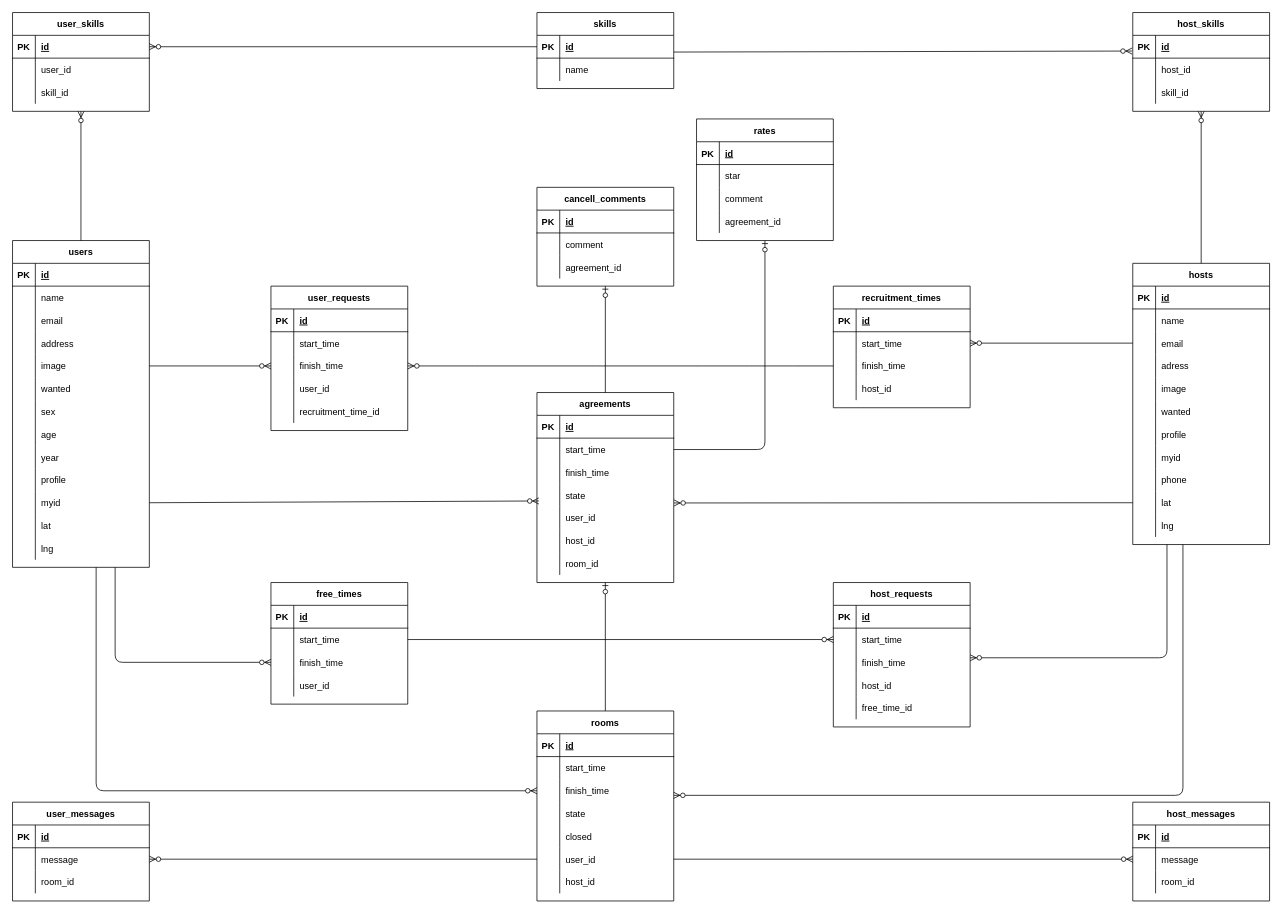
Before: ER.drawio in Sato1994/nurse_app, a draw.io diagram. Source tidied: cells renumbered, new cells numbered last; positions are measured from the earlier drawing's top-left corner, leaving out a move shared by most shapes. Both pictures are drawn from the tidied source at 76%, with x=0, y=0 at pixel (12, 12).
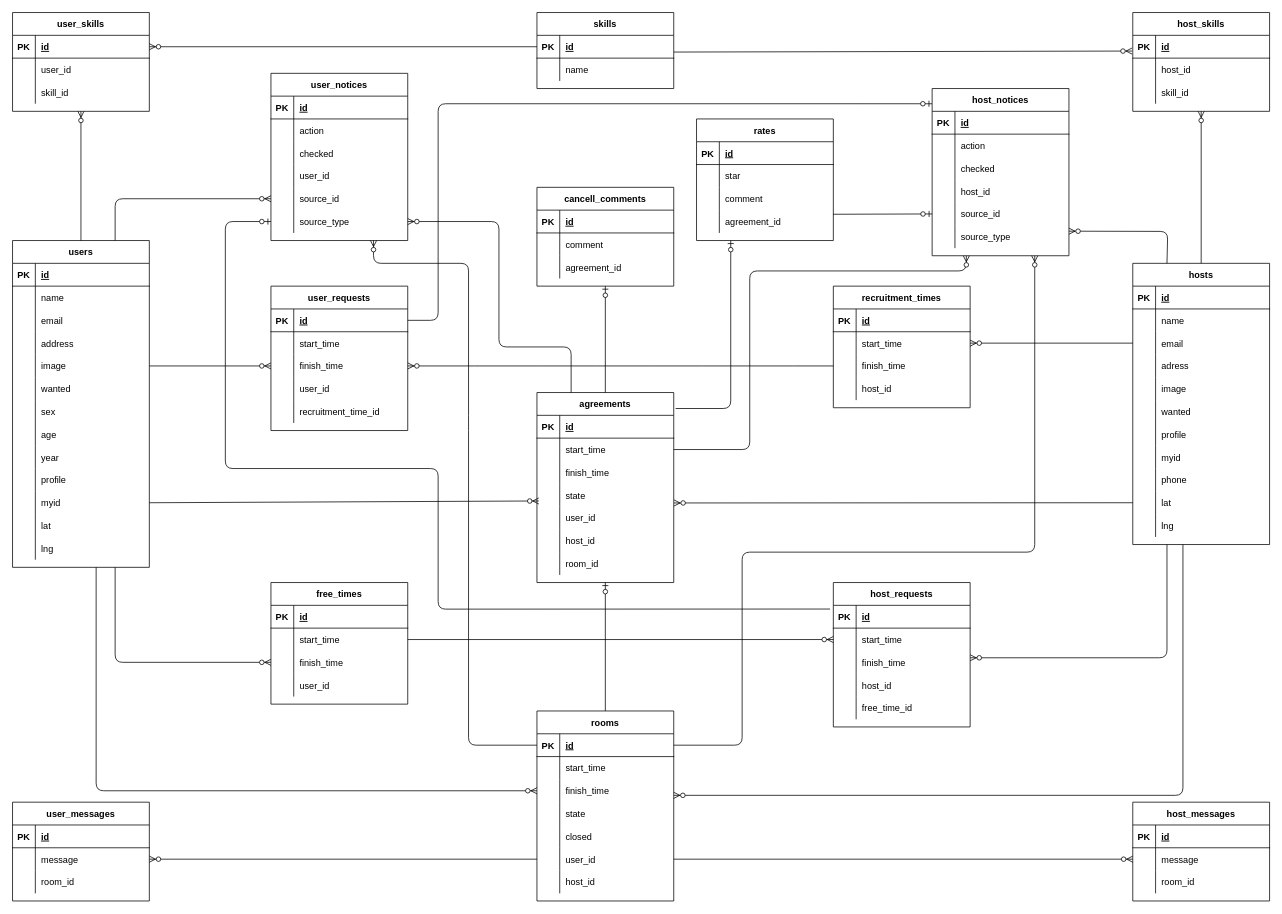
The same diagram, later.

The change refers to these unchanged cells:
```xml
<mxCell id="16" style="shape=partialRectangle;fillColor=none;top=0;left=0;bottom=1;right=0;points=[[0,0.5],[1,0.5]];portConstraint=eastwest;rounded=0;" parent="15" vertex="1">
  <mxGeometry y="30" width="180" height="30" as="geometry" />
</mxCell>
<mxCell id="38" value="agreements" style="shape=table;startSize=30;childLayout=tableLayout;rowLines=0;fontStyle=1;align=center;rounded=0;" parent="1" vertex="1">
  <mxGeometry x="690" y="500" width="180" height="250" as="geometry" />
</mxCell>
<mxCell id="42" style="shape=partialRectangle;fillColor=none;top=0;left=0;bottom=0;right=0;points=[[0,0.5],[1,0.5]];portConstraint=eastwest;rounded=0;" parent="38" vertex="1">
  <mxGeometry y="60" width="180" height="30" as="geometry" />
</mxCell>
<mxCell id="94" style="shape=partialRectangle;fillColor=none;top=0;left=0;bottom=1;right=0;points=[[0,0.5],[1,0.5]];portConstraint=eastwest;rounded=0;" parent="93" vertex="1">
  <mxGeometry y="30" width="180" height="30" as="geometry" />
</mxCell>
<mxCell id="110" style="shape=partialRectangle;fillColor=none;top=0;left=0;bottom=1;right=0;points=[[0,0.5],[1,0.5]];portConstraint=eastwest;rounded=0;" parent="109" vertex="1">
  <mxGeometry y="30" width="180" height="30" as="geometry" />
</mxCell>
<mxCell id="141" value="hosts" style="shape=table;startSize=30;childLayout=tableLayout;rowLines=0;fontStyle=1;align=center;rounded=0;" parent="1" vertex="1">
  <mxGeometry x="1474" y="330" width="180" height="370" as="geometry" />
</mxCell>
<mxCell id="195" value="users" style="shape=table;startSize=30;childLayout=tableLayout;rowLines=0;fontStyle=1;align=center;rounded=0;" parent="1" vertex="1">
  <mxGeometry y="300" width="180" height="430" as="geometry" />
</mxCell>
<mxCell id="253" value="rates" style="shape=table;startSize=30;childLayout=tableLayout;rowLines=0;fontStyle=1;align=center;rounded=0;" parent="1" vertex="1">
  <mxGeometry x="900" y="140" width="180" height="160" as="geometry" />
</mxCell>
<mxCell id="263" style="shape=partialRectangle;fillColor=none;top=0;left=0;bottom=0;right=0;points=[[0,0.5],[1,0.5]];portConstraint=eastwest;rounded=0;" parent="253" vertex="1">
  <mxGeometry y="120" width="180" height="30" as="geometry" />
</mxCell>
```

Diff of the diagram source:
```diff
@@
-    <mxCell id="266" style="fontSize=12;html=1;endArrow=ERzeroToOne;endFill=1;exitX=1;exitY=0.5;exitDx=0;exitDy=0;entryX=0.5;entryY=1;entryDx=0;entryDy=0;" parent="1" edge="1" source="42" target="253">
+    <mxCell id="266" style="fontSize=12;html=1;endArrow=ERzeroToOne;endFill=1;exitX=1.014;exitY=0.084;exitDx=0;exitDy=0;exitPerimeter=0;entryX=0.25;entryY=1;entryDx=0;entryDy=0;" parent="1" edge="1" source="38" target="253">
       <mxGeometry relative="1" as="geometry">
         <Array as="points">
-          <mxPoint x="990" y="575" />
+          <mxPoint x="945" y="521" />
         </Array>
       </mxGeometry>
     </mxCell>
+    <mxCell id="267" value="host_notices" style="shape=table;startSize=30;childLayout=tableLayout;rowLines=0;fontStyle=1;align=center;rounded=0;" parent="1" vertex="1">
+      <mxGeometry x="1210" y="100" width="180" height="220" as="geometry" />
+    </mxCell>
+    <mxCell id="268" style="shape=partialRectangle;fillColor=none;top=0;left=0;bottom=1;right=0;rounded=0;" parent="267" vertex="1">
+      <mxGeometry y="30" width="180" height="30" as="geometry" />
+    </mxCell>
+    <mxCell id="269" value="PK" style="shape=partialRectangle;fillColor=none;top=0;left=0;bottom=0;right=0;fontStyle=1;overflow=hidden;rounded=0;" parent="268" vertex="1">
+      <mxGeometry width="30" height="30" as="geometry" />
+    </mxCell>
+    <mxCell id="270" value="id" style="shape=partialRectangle;fillColor=none;top=0;left=0;bottom=0;right=0;align=left;spacingLeft=6;fontStyle=5;overflow=hidden;rounded=0;" parent="268" vertex="1">
+      <mxGeometry x="30" width="150" height="30" as="geometry" />
+    </mxCell>
+    <mxCell id="271" style="shape=partialRectangle;fillColor=none;top=0;left=0;bottom=0;right=0;rounded=0;" parent="267" vertex="1">
+      <mxGeometry y="60" width="180" height="30" as="geometry" />
+    </mxCell>
+    <mxCell id="272" style="shape=partialRectangle;fillColor=none;top=0;left=0;bottom=0;right=0;overflow=hidden;rounded=0;" parent="271" vertex="1">
+      <mxGeometry width="30" height="30" as="geometry" />
+    </mxCell>
+    <mxCell id="273" value="action" style="shape=partialRectangle;fillColor=none;top=0;left=0;bottom=0;right=0;align=left;spacingLeft=6;overflow=hidden;rounded=0;" parent="271" vertex="1">
+      <mxGeometry x="30" width="150" height="30" as="geometry" />
+    </mxCell>
+    <mxCell id="274" style="shape=partialRectangle;fillColor=none;top=0;left=0;bottom=0;right=0;rounded=0;" parent="267" vertex="1">
+      <mxGeometry y="90" width="180" height="30" as="geometry" />
+    </mxCell>
+    <mxCell id="275" style="shape=partialRectangle;fillColor=none;top=0;left=0;bottom=0;right=0;overflow=hidden;rounded=0;" parent="274" vertex="1">
+      <mxGeometry width="30" height="30" as="geometry" />
+    </mxCell>
+    <mxCell id="276" value="checked" style="shape=partialRectangle;fillColor=none;top=0;left=0;bottom=0;right=0;align=left;spacingLeft=6;overflow=hidden;rounded=0;" parent="274" vertex="1">
+      <mxGeometry x="30" width="150" height="30" as="geometry" />
+    </mxCell>
+    <mxCell id="277" style="shape=partialRectangle;fillColor=none;top=0;left=0;bottom=0;right=0;rounded=0;" parent="267" vertex="1">
+      <mxGeometry y="120" width="180" height="30" as="geometry" />
+    </mxCell>
+    <mxCell id="278" style="shape=partialRectangle;fillColor=none;top=0;left=0;bottom=0;right=0;overflow=hidden;rounded=0;" parent="277" vertex="1">
+      <mxGeometry width="30" height="30" as="geometry" />
+    </mxCell>
+    <mxCell id="279" value="host_id" style="shape=partialRectangle;fillColor=none;top=0;left=0;bottom=0;right=0;align=left;spacingLeft=6;overflow=hidden;rounded=0;" parent="277" vertex="1">
+      <mxGeometry x="30" width="150" height="30" as="geometry" />
+    </mxCell>
+    <mxCell id="280" style="shape=partialRectangle;fillColor=none;top=0;left=0;bottom=0;right=0;points=[[0,0.5],[1,0.5]];portConstraint=eastwest;rounded=0;" parent="267" vertex="1">
+      <mxGeometry y="150" width="180" height="30" as="geometry" />
+    </mxCell>
+    <mxCell id="281" style="shape=partialRectangle;fillColor=none;top=0;left=0;bottom=0;right=0;overflow=hidden;rounded=0;" parent="280" vertex="1">
+      <mxGeometry width="30" height="30" as="geometry" />
+    </mxCell>
+    <mxCell id="282" value="source_id" style="shape=partialRectangle;fillColor=none;top=0;left=0;bottom=0;right=0;align=left;spacingLeft=6;overflow=hidden;rounded=0;" parent="280" vertex="1">
+      <mxGeometry x="30" width="150" height="30" as="geometry" />
+    </mxCell>
+    <mxCell id="283" style="shape=partialRectangle;fillColor=none;top=0;left=0;bottom=0;right=0;points=[[0,0.5],[1,0.5]];portConstraint=eastwest;rounded=0;" parent="267" vertex="1">
+      <mxGeometry y="180" width="180" height="30" as="geometry" />
+    </mxCell>
+    <mxCell id="284" style="shape=partialRectangle;fillColor=none;top=0;left=0;bottom=0;right=0;overflow=hidden;rounded=0;" parent="283" vertex="1">
+      <mxGeometry width="30" height="30" as="geometry" />
+    </mxCell>
+    <mxCell id="285" value="source_type" style="shape=partialRectangle;fillColor=none;top=0;left=0;bottom=0;right=0;align=left;spacingLeft=6;overflow=hidden;rounded=0;" parent="283" vertex="1">
+      <mxGeometry x="30" width="150" height="30" as="geometry" />
+    </mxCell>
+    <mxCell id="286" value="user_notices" style="shape=table;startSize=30;childLayout=tableLayout;rowLines=0;fontStyle=1;align=center;rounded=0;" parent="1" vertex="1">
+      <mxGeometry x="340" y="80" width="180" height="220" as="geometry" />
+    </mxCell>
+    <mxCell id="287" style="shape=partialRectangle;fillColor=none;top=0;left=0;bottom=1;right=0;rounded=0;" parent="286" vertex="1">
+      <mxGeometry y="30" width="180" height="30" as="geometry" />
+    </mxCell>
+    <mxCell id="288" value="PK" style="shape=partialRectangle;fillColor=none;top=0;left=0;bottom=0;right=0;fontStyle=1;overflow=hidden;rounded=0;" parent="287" vertex="1">
+      <mxGeometry width="30" height="30" as="geometry" />
+    </mxCell>
+    <mxCell id="289" value="id" style="shape=partialRectangle;fillColor=none;top=0;left=0;bottom=0;right=0;align=left;spacingLeft=6;fontStyle=5;overflow=hidden;rounded=0;" parent="287" vertex="1">
+      <mxGeometry x="30" width="150" height="30" as="geometry" />
+    </mxCell>
+    <mxCell id="290" style="shape=partialRectangle;fillColor=none;top=0;left=0;bottom=0;right=0;rounded=0;" parent="286" vertex="1">
+      <mxGeometry y="60" width="180" height="30" as="geometry" />
+    </mxCell>
+    <mxCell id="291" style="shape=partialRectangle;fillColor=none;top=0;left=0;bottom=0;right=0;overflow=hidden;rounded=0;" parent="290" vertex="1">
+      <mxGeometry width="30" height="30" as="geometry" />
+    </mxCell>
+    <mxCell id="292" value="action" style="shape=partialRectangle;fillColor=none;top=0;left=0;bottom=0;right=0;align=left;spacingLeft=6;overflow=hidden;rounded=0;" parent="290" vertex="1">
+      <mxGeometry x="30" width="150" height="30" as="geometry" />
+    </mxCell>
+    <mxCell id="293" style="shape=partialRectangle;fillColor=none;top=0;left=0;bottom=0;right=0;rounded=0;" parent="286" vertex="1">
+      <mxGeometry y="90" width="180" height="30" as="geometry" />
+    </mxCell>
+    <mxCell id="294" style="shape=partialRectangle;fillColor=none;top=0;left=0;bottom=0;right=0;overflow=hidden;rounded=0;" parent="293" vertex="1">
+      <mxGeometry width="30" height="30" as="geometry" />
+    </mxCell>
+    <mxCell id="295" value="checked" style="shape=partialRectangle;fillColor=none;top=0;left=0;bottom=0;right=0;align=left;spacingLeft=6;overflow=hidden;rounded=0;" parent="293" vertex="1">
+      <mxGeometry x="30" width="150" height="30" as="geometry" />
+    </mxCell>
+    <mxCell id="296" style="shape=partialRectangle;fillColor=none;top=0;left=0;bottom=0;right=0;rounded=0;" parent="286" vertex="1">
+      <mxGeometry y="120" width="180" height="30" as="geometry" />
+    </mxCell>
+    <mxCell id="297" style="shape=partialRectangle;fillColor=none;top=0;left=0;bottom=0;right=0;overflow=hidden;rounded=0;" parent="296" vertex="1">
+      <mxGeometry width="30" height="30" as="geometry" />
+    </mxCell>
+    <mxCell id="298" value="user_id" style="shape=partialRectangle;fillColor=none;top=0;left=0;bottom=0;right=0;align=left;spacingLeft=6;overflow=hidden;rounded=0;" parent="296" vertex="1">
+      <mxGeometry x="30" width="150" height="30" as="geometry" />
+    </mxCell>
+    <mxCell id="299" style="shape=partialRectangle;fillColor=none;top=0;left=0;bottom=0;right=0;points=[[0,0.5],[1,0.5]];portConstraint=eastwest;rounded=0;" parent="286" vertex="1">
+      <mxGeometry y="150" width="180" height="30" as="geometry" />
+    </mxCell>
+    <mxCell id="300" style="shape=partialRectangle;fillColor=none;top=0;left=0;bottom=0;right=0;overflow=hidden;rounded=0;" parent="299" vertex="1">
+      <mxGeometry width="30" height="30" as="geometry" />
+    </mxCell>
+    <mxCell id="301" value="source_id" style="shape=partialRectangle;fillColor=none;top=0;left=0;bottom=0;right=0;align=left;spacingLeft=6;overflow=hidden;rounded=0;" parent="299" vertex="1">
+      <mxGeometry x="30" width="150" height="30" as="geometry" />
+    </mxCell>
+    <mxCell id="302" style="shape=partialRectangle;fillColor=none;top=0;left=0;bottom=0;right=0;points=[[0,0.5],[1,0.5]];portConstraint=eastwest;rounded=0;" parent="286" vertex="1">
+      <mxGeometry y="180" width="180" height="30" as="geometry" />
+    </mxCell>
+    <mxCell id="303" style="shape=partialRectangle;fillColor=none;top=0;left=0;bottom=0;right=0;overflow=hidden;rounded=0;" parent="302" vertex="1">
+      <mxGeometry width="30" height="30" as="geometry" />
+    </mxCell>
+    <mxCell id="304" value="source_type" style="shape=partialRectangle;fillColor=none;top=0;left=0;bottom=0;right=0;align=left;spacingLeft=6;overflow=hidden;rounded=0;" parent="302" vertex="1">
+      <mxGeometry x="30" width="150" height="30" as="geometry" />
+    </mxCell>
+    <mxCell id="305" style="fontSize=12;html=1;endArrow=ERzeroToMany;endFill=1;exitX=0.25;exitY=0;exitDx=0;exitDy=0;entryX=1;entryY=0.256;entryDx=0;entryDy=0;entryPerimeter=0;" parent="1" edge="1" source="141" target="283">
+      <mxGeometry relative="1" as="geometry">
+        <Array as="points">
+          <mxPoint x="1520" y="288" />
+        </Array>
+      </mxGeometry>
+    </mxCell>
+    <mxCell id="306" style="fontSize=12;html=1;endArrow=ERzeroToMany;endFill=1;exitX=0.75;exitY=0;exitDx=0;exitDy=0;entryX=0;entryY=0.5;entryDx=0;entryDy=0;" parent="1" edge="1" source="195" target="299">
+      <mxGeometry relative="1" as="geometry">
+        <Array as="points">
+          <mxPoint x="135" y="245" />
+        </Array>
+      </mxGeometry>
+    </mxCell>
+    <mxCell id="307" style="fontSize=12;html=1;endArrow=ERzeroToOne;endFill=1;exitX=0.998;exitY=0.181;exitDx=0;exitDy=0;entryX=0;entryY=0.5;entryDx=0;entryDy=0;exitPerimeter=0;" parent="1" edge="1" source="263" target="280">
+      <mxGeometry relative="1" as="geometry" />
+    </mxCell>
+    <mxCell id="308" style="fontSize=12;html=1;endArrow=ERzeroToMany;endFill=1;exitX=1;exitY=0.5;exitDx=0;exitDy=0;entryX=0.25;entryY=1;entryDx=0;entryDy=0;" parent="1" edge="1" source="42" target="267">
+      <mxGeometry relative="1" as="geometry">
+        <Array as="points">
+          <mxPoint x="970" y="575" />
+          <mxPoint x="970" y="340" />
+          <mxPoint x="1255" y="340" />
+        </Array>
+      </mxGeometry>
+    </mxCell>
+    <mxCell id="309" style="fontSize=12;html=1;endArrow=ERzeroToMany;endFill=1;exitX=0.25;exitY=0;exitDx=0;exitDy=0;entryX=1;entryY=0.5;entryDx=0;entryDy=0;" parent="1" edge="1" source="38" target="302">
+      <mxGeometry relative="1" as="geometry">
+        <Array as="points">
+          <mxPoint x="735" y="440" />
+          <mxPoint x="640" y="440" />
+          <mxPoint x="640" y="275" />
+        </Array>
+      </mxGeometry>
+    </mxCell>
+    <mxCell id="310" style="fontSize=12;html=1;endArrow=ERzeroToMany;endFill=1;exitX=0;exitY=0.5;exitDx=0;exitDy=0;entryX=0.75;entryY=1;entryDx=0;entryDy=0;" parent="1" edge="1" source="110" target="286">
+      <mxGeometry relative="1" as="geometry">
+        <Array as="points">
+          <mxPoint x="600" y="964" />
+          <mxPoint x="600" y="540" />
+          <mxPoint x="600" y="330" />
+          <mxPoint x="475" y="330" />
+        </Array>
+      </mxGeometry>
+    </mxCell>
+    <mxCell id="311" style="fontSize=12;html=1;endArrow=ERzeroToMany;endFill=1;exitX=1;exitY=0.5;exitDx=0;exitDy=0;entryX=0.75;entryY=1;entryDx=0;entryDy=0;" parent="1" edge="1" source="110" target="267">
+      <mxGeometry relative="1" as="geometry">
+        <Array as="points">
+          <mxPoint x="960" y="964" />
+          <mxPoint x="960" y="710" />
+          <mxPoint x="1345" y="710" />
+        </Array>
+      </mxGeometry>
+    </mxCell>
+    <mxCell id="312" style="fontSize=12;html=1;endArrow=ERzeroToOne;endFill=1;exitX=-0.024;exitY=0.162;exitDx=0;exitDy=0;exitPerimeter=0;entryX=0;entryY=0.5;entryDx=0;entryDy=0;" parent="1" edge="1" source="94" target="302">
+      <mxGeometry relative="1" as="geometry">
+        <Array as="points">
+          <mxPoint x="560" y="785" />
+          <mxPoint x="560" y="600" />
+          <mxPoint x="280" y="600" />
+          <mxPoint x="280" y="275" />
+        </Array>
+      </mxGeometry>
+    </mxCell>
+    <mxCell id="313" style="fontSize=12;html=1;endArrow=ERzeroToOne;endFill=1;exitX=1;exitY=0.5;exitDx=0;exitDy=0;entryX=-0.001;entryY=0.091;entryDx=0;entryDy=0;entryPerimeter=0;" parent="1" edge="1" source="16" target="267">
+      <mxGeometry relative="1" as="geometry">
+        <Array as="points">
+          <mxPoint x="560" y="405" />
+          <mxPoint x="560" y="120" />
+        </Array>
+      </mxGeometry>
+    </mxCell>
```
